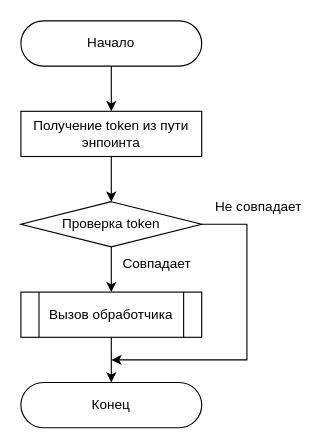
Above: page "handle" (2 of 2) of images/algorithm/server/algorithm-server.drawio in necroin/vss-docs (draw.io), before the change. Source tidied: cells renumbered, new cells numbered last; positions are measured from the earlier drawing's top-left corner, leaving out a move shared by most shapes. Both pictures are drawn from the tidied source at 113%, with x=0, y=0 at pixel (20, 20).
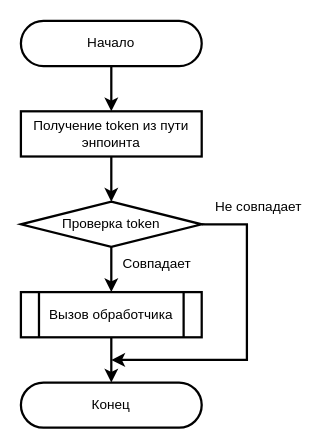
Above is the later version.

Diff of the diagram source:
```diff
@@
 <mxGraphModel>
   <root>
     <mxCell id="0" />
     <mxCell id="1" parent="0" />
-    <mxCell id="2" value="Начало" style="rounded=1;whiteSpace=wrap;html=1;arcSize=50;" parent="1" vertex="1">
+    <mxCell id="2" value="Начало" style="rounded=1;whiteSpace=wrap;html=1;arcSize=50;strokeWidth=2;" parent="1" vertex="1">
       <mxGeometry width="160" height="40" as="geometry" />
     </mxCell>
-    <mxCell id="3" value="Конец" style="rounded=1;whiteSpace=wrap;html=1;arcSize=50;" parent="1" vertex="1">
+    <mxCell id="3" value="Конец" style="rounded=1;whiteSpace=wrap;html=1;arcSize=50;strokeWidth=2;" parent="1" vertex="1">
       <mxGeometry y="320" width="160" height="40" as="geometry" />
     </mxCell>
-    <mxCell id="4" value="Получение token из пути энпоинта" style="rounded=0;whiteSpace=wrap;html=1;" parent="1" vertex="1">
+    <mxCell id="4" value="Получение token из пути энпоинта" style="rounded=0;whiteSpace=wrap;html=1;strokeWidth=2;" parent="1" vertex="1">
       <mxGeometry y="80" width="160" height="40" as="geometry" />
     </mxCell>
-    <mxCell id="5" style="endArrow=classic;html=1;rounded=0;exitX=0.5;exitY=1;exitDx=0;exitDy=0;entryX=0.5;entryY=0;entryDx=0;entryDy=0;" parent="1" edge="1" source="2" target="4">
+    <mxCell id="5" style="endArrow=classic;html=1;rounded=0;exitX=0.5;exitY=1;exitDx=0;exitDy=0;entryX=0.5;entryY=0;entryDx=0;entryDy=0;strokeWidth=2;" parent="1" edge="1" source="2" target="4">
       <mxGeometry relative="1" as="geometry" />
     </mxCell>
-    <mxCell id="6" value="Проверка token" style="rhombus;whiteSpace=wrap;html=1;" parent="1" vertex="1">
+    <mxCell id="6" value="Проверка token" style="rhombus;whiteSpace=wrap;html=1;strokeWidth=2;" parent="1" vertex="1">
       <mxGeometry y="160" width="160" height="40" as="geometry" />
     </mxCell>
-    <mxCell id="7" style="endArrow=classic;html=1;rounded=0;exitX=0.5;exitY=1;exitDx=0;exitDy=0;entryX=0.5;entryY=0;entryDx=0;entryDy=0;" parent="1" edge="1" source="6" target="8">
+    <mxCell id="7" style="endArrow=classic;html=1;rounded=0;exitX=0.5;exitY=1;exitDx=0;exitDy=0;entryX=0.5;entryY=0;entryDx=0;entryDy=0;strokeWidth=2;" parent="1" edge="1" source="6" target="8">
       <mxGeometry relative="1" as="geometry" />
     </mxCell>
-    <mxCell id="8" value="Вызов обработчика" style="shape=process;whiteSpace=wrap;html=1;backgroundOutline=1;" parent="1" vertex="1">
+    <mxCell id="8" value="Вызов обработчика" style="shape=process;whiteSpace=wrap;html=1;backgroundOutline=1;strokeWidth=2;" parent="1" vertex="1">
       <mxGeometry y="240" width="160" height="40" as="geometry" />
     </mxCell>
-    <mxCell id="9" style="endArrow=classic;html=1;rounded=0;exitX=0.5;exitY=1;exitDx=0;exitDy=0;entryX=0.5;entryY=0;entryDx=0;entryDy=0;" parent="1" edge="1" source="4" target="6">
+    <mxCell id="9" style="endArrow=classic;html=1;rounded=0;exitX=0.5;exitY=1;exitDx=0;exitDy=0;entryX=0.5;entryY=0;entryDx=0;entryDy=0;strokeWidth=2;" parent="1" edge="1" source="4" target="6">
       <mxGeometry relative="1" as="geometry" />
     </mxCell>
-    <mxCell id="10" style="endArrow=classic;html=1;rounded=0;exitX=0.5;exitY=1;exitDx=0;exitDy=0;entryX=0.5;entryY=0;entryDx=0;entryDy=0;" parent="1" edge="1" source="8" target="3">
+    <mxCell id="10" style="endArrow=classic;html=1;rounded=0;exitX=0.5;exitY=1;exitDx=0;exitDy=0;entryX=0.5;entryY=0;entryDx=0;entryDy=0;strokeWidth=2;" parent="1" edge="1" source="8" target="3">
       <mxGeometry relative="1" as="geometry" />
     </mxCell>
-    <mxCell id="11" style="endArrow=classic;html=1;rounded=0;exitX=1;exitY=0.5;exitDx=0;exitDy=0;edgeStyle=orthogonalEdgeStyle;" parent="1" edge="1" source="6">
+    <mxCell id="11" style="endArrow=classic;html=1;rounded=0;exitX=1;exitY=0.5;exitDx=0;exitDy=0;edgeStyle=orthogonalEdgeStyle;strokeWidth=2;" parent="1" edge="1" source="6">
       <mxGeometry relative="1" as="geometry">
         <mxPoint x="80" y="300" as="targetPoint" />
         <Array as="points">
           <mxPoint x="200" y="180" />
           <mxPoint x="200" y="300" />
         </Array>
       </mxGeometry>
     </mxCell>
-    <mxCell id="12" value="Совпадает" style="text;html=1;align=center;verticalAlign=middle;strokeColor=none;fillColor=none;" parent="1" vertex="1">
+    <mxCell id="12" value="Совпадает" style="text;html=1;align=center;verticalAlign=middle;strokeColor=none;fillColor=none;strokeWidth=2;" parent="1" vertex="1">
       <mxGeometry x="80" y="200" width="80" height="30" as="geometry" />
     </mxCell>
-    <mxCell id="13" value="Не совпадает" style="text;html=1;align=center;verticalAlign=middle;strokeColor=none;fillColor=none;" parent="1" vertex="1">
+    <mxCell id="13" value="Не совпадает" style="text;html=1;align=center;verticalAlign=middle;strokeColor=none;fillColor=none;strokeWidth=2;" parent="1" vertex="1">
       <mxGeometry x="160" y="150" width="100" height="30" as="geometry" />
     </mxCell>
   </root>
 </mxGraphModel>
```
